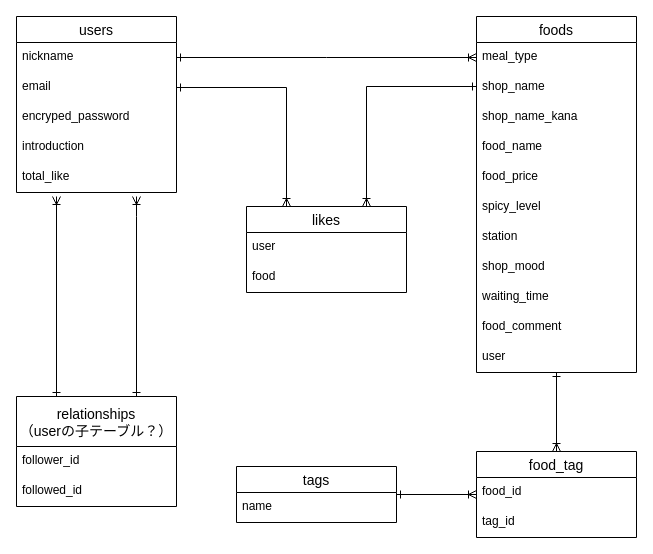
Before: karai.dio in mkato1013/karai2, a draw.io diagram. Source tidied: cells renumbered, new cells numbered last; positions are measured from the earlier drawing's top-left corner, leaving out a move shared by most shapes. Both pictures are drawn from the tidied source at 100%, with x=0, y=0 at pixel (16, 16).
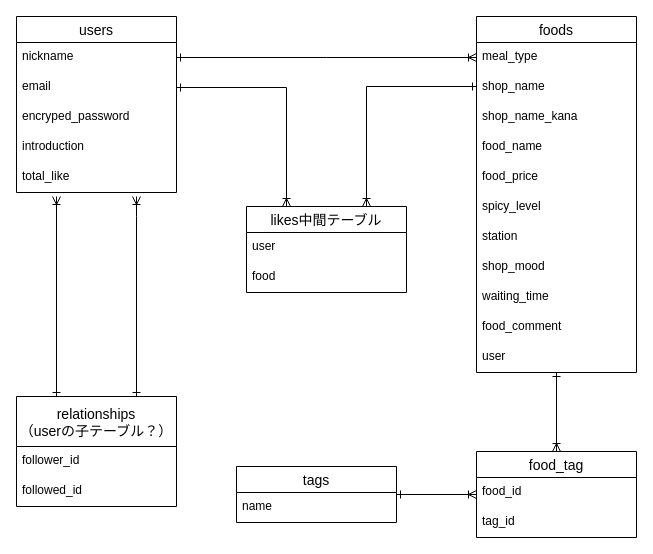
After the change.

What changed in the source:
```diff
@@
-    <mxCell id="8" value="likes" style="swimlane;fontStyle=0;horizontal=1;startSize=26;align=center;fontSize=14;" parent="1" vertex="1">
+    <mxCell id="8" value="likes中間テーブル" style="swimlane;fontStyle=0;horizontal=1;startSize=26;align=center;fontSize=14;" parent="1" vertex="1">
       <mxGeometry x="230" y="190" width="160" height="86" as="geometry" />
     </mxCell>
```
